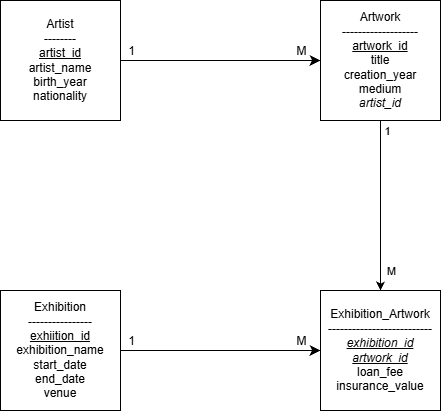
Before: 02_ERD/Art Exhibition.drawio.png, a diagram exported from draw.io (Edwinna919/cscu9b3-database-assignment). Source tidied: cells renumbered, new cells last; positions are measured from the earlier drawing's top-left corner, leaving out a move shared by most shapes.
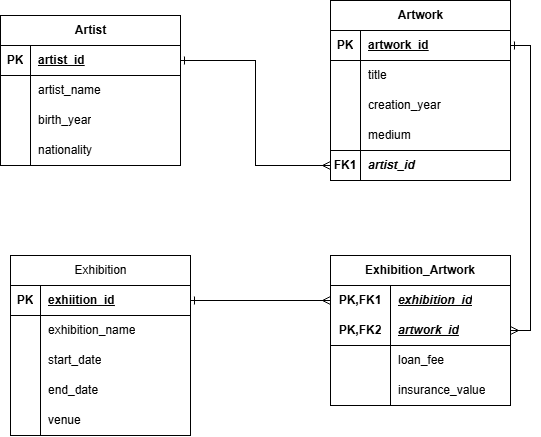
The same diagram one commit later.

The edit, as a diff of the source:
```diff
@@ -2,56 +2,194 @@
   <root>
     <mxCell id="0" />
     <mxCell id="1" parent="0" />
-    <mxCell id="2" style="edgeStyle=none;curved=1;rounded=0;curveGeometry=1;jettySize=auto;html=1;exitX=1;exitY=0.5;exitDx=0;exitDy=0;entryX=0;entryY=0.5;entryDx=0;entryDy=0;fontSize=12;defaultLabelBackgroundColor=gap;startSize=8;endSize=8;" parent="1" edge="1" source="5" target="9">
-      <mxGeometry relative="1" as="geometry" />
-    </mxCell>
-    <mxCell id="3" value="1" style="edgeLabel;html=1;align=center;verticalAlign=middle;fontSize=12;defaultLabelBackgroundColor=gap;" parent="2" vertex="1">
-      <mxGeometry x="0.09" relative="1" as="geometry">
-        <mxPoint x="-99" y="-10" as="offset" />
-      </mxGeometry>
-    </mxCell>
-    <mxCell id="4" value="M" style="edgeLabel;html=1;align=center;verticalAlign=middle;fontSize=12;defaultLabelBackgroundColor=gap;" parent="2" vertex="1">
-      <mxGeometry x="0.35" y="4" relative="1" as="geometry">
-        <mxPoint x="45" y="-6" as="offset" />
-      </mxGeometry>
-    </mxCell>
-    <mxCell id="5" value="Artist&lt;div&gt;--------&lt;/div&gt;&lt;div&gt;&lt;u&gt;artist_id&lt;/u&gt;&lt;/div&gt;&lt;div&gt;artist_name&lt;/div&gt;&lt;div&gt;birth_year&lt;/div&gt;&lt;div&gt;nationality&lt;/div&gt;" style="rounded=0;whiteSpace=wrap;html=1;" parent="1" vertex="1">
-      <mxGeometry width="120" height="120" as="geometry" />
-    </mxCell>
-    <mxCell id="6" style="edgeStyle=orthogonalEdgeStyle;rounded=0;jettySize=auto;html=1;exitX=0.5;exitY=1;exitDx=0;exitDy=0;defaultLabelBackgroundColor=gap;" parent="1" edge="1" source="9" target="14">
-      <mxGeometry relative="1" as="geometry" />
-    </mxCell>
-    <mxCell id="7" value="1" style="edgeLabel;html=1;align=center;verticalAlign=middle;defaultLabelBackgroundColor=gap;" parent="6" vertex="1">
-      <mxGeometry x="-0.53" y="-1" relative="1" as="geometry">
-        <mxPoint x="7" y="-30" as="offset" />
-      </mxGeometry>
-    </mxCell>
-    <mxCell id="8" value="M" style="edgeLabel;html=1;align=center;verticalAlign=middle;defaultLabelBackgroundColor=gap;" parent="6" vertex="1">
-      <mxGeometry x="0.53" y="-4" relative="1" as="geometry">
-        <mxPoint x="14" y="20" as="offset" />
-      </mxGeometry>
-    </mxCell>
-    <mxCell id="9" value="Artwork&lt;div&gt;-------------------&lt;/div&gt;&lt;div&gt;&lt;u&gt;artwork_id&lt;/u&gt;&lt;/div&gt;&lt;div&gt;title&lt;/div&gt;&lt;div&gt;creation_year&lt;/div&gt;&lt;div&gt;medium&lt;/div&gt;&lt;div&gt;&lt;i&gt;artist_id&lt;/i&gt;&lt;/div&gt;" style="rounded=0;whiteSpace=wrap;html=1;" parent="1" vertex="1">
-      <mxGeometry x="320" width="120" height="120" as="geometry" />
-    </mxCell>
-    <mxCell id="10" style="edgeStyle=none;curved=1;rounded=0;curveGeometry=1;jettySize=auto;html=1;exitX=1;exitY=0.5;exitDx=0;exitDy=0;entryX=0;entryY=0.5;entryDx=0;entryDy=0;fontSize=12;defaultLabelBackgroundColor=gap;startSize=8;endSize=8;" parent="1" edge="1" source="13" target="14">
-      <mxGeometry relative="1" as="geometry" />
-    </mxCell>
-    <mxCell id="11" value="1" style="edgeLabel;html=1;align=center;verticalAlign=middle;fontSize=12;defaultLabelBackgroundColor=gap;" parent="10" vertex="1">
-      <mxGeometry y="6" relative="1" as="geometry">
-        <mxPoint x="-90" y="-4" as="offset" />
-      </mxGeometry>
-    </mxCell>
-    <mxCell id="12" value="M" style="edgeLabel;html=1;align=center;verticalAlign=middle;fontSize=12;defaultLabelBackgroundColor=gap;" parent="10" vertex="1">
-      <mxGeometry x="0.3" y="3" relative="1" as="geometry">
-        <mxPoint x="50" y="-7" as="offset" />
-      </mxGeometry>
-    </mxCell>
-    <mxCell id="13" value="Exhibition&lt;div&gt;----------------&lt;/div&gt;&lt;div&gt;&lt;u&gt;exhiition_id&lt;/u&gt;&lt;/div&gt;&lt;div&gt;exhibition_name&lt;/div&gt;&lt;div&gt;start_date&lt;/div&gt;&lt;div&gt;end_date&lt;/div&gt;&lt;div&gt;venue&lt;/div&gt;" style="rounded=0;whiteSpace=wrap;html=1;" parent="1" vertex="1">
-      <mxGeometry y="290" width="120" height="120" as="geometry" />
-    </mxCell>
-    <mxCell id="14" value="Exhibition_Artwork&lt;div&gt;--------------------------&lt;/div&gt;&lt;div&gt;&lt;u&gt;&lt;i&gt;exhibition_id&lt;/i&gt;&lt;/u&gt;&lt;/div&gt;&lt;div&gt;&lt;u&gt;&lt;i&gt;artwork_id&lt;/i&gt;&lt;/u&gt;&lt;/div&gt;&lt;div&gt;loan_fee&lt;/div&gt;&lt;div&gt;insurance_value&lt;/div&gt;" style="rounded=0;whiteSpace=wrap;html=1;" parent="1" vertex="1">
-      <mxGeometry x="320" y="290" width="120" height="120" as="geometry" />
-    </mxCell>
+    <mxCell id="15" value="Artist" style="shape=table;startSize=30;rowLines=0;fontStyle=1;align=center;html=1;" parent="1" vertex="1">
+      <mxGeometry x="-60" y="130" width="180" height="150" as="geometry" />
+    </mxCell>
+    <mxCell id="16" style="shape=tableRow;horizontal=0;startSize=0;swimlaneHead=0;swimlaneBody=0;fillColor=none;points=[[0,0.5],[1,0.5]];portConstraint=eastwest;top=0;left=0;right=0;bottom=1;" parent="15" vertex="1">
+      <mxGeometry y="30" width="180" height="30" as="geometry" />
+    </mxCell>
+    <mxCell id="17" value="PK" style="shape=partialRectangle;fillColor=none;top=0;left=0;bottom=0;right=0;fontStyle=1;overflow=hidden;whiteSpace=wrap;html=1;" parent="16" vertex="1">
+      <mxGeometry width="30" height="30" as="geometry" />
+    </mxCell>
+    <mxCell id="18" value="artist_id" style="shape=partialRectangle;fillColor=none;top=0;left=0;bottom=0;right=0;align=left;spacingLeft=6;fontStyle=5;overflow=hidden;whiteSpace=wrap;html=1;" parent="16" vertex="1">
+      <mxGeometry x="30" width="150" height="30" as="geometry" />
+    </mxCell>
+    <mxCell id="19" style="shape=tableRow;horizontal=0;startSize=0;swimlaneHead=0;swimlaneBody=0;fillColor=none;top=0;left=0;right=0;bottom=0;" parent="15" vertex="1">
+      <mxGeometry y="60" width="180" height="30" as="geometry" />
+    </mxCell>
+    <mxCell id="20" style="shape=partialRectangle;fillColor=none;top=0;left=0;bottom=0;right=0;overflow=hidden;whiteSpace=wrap;html=1;" parent="19" vertex="1">
+      <mxGeometry width="30" height="30" as="geometry" />
+    </mxCell>
+    <mxCell id="21" value="artist_name" style="shape=partialRectangle;fillColor=none;top=0;left=0;bottom=0;right=0;align=left;spacingLeft=6;overflow=hidden;whiteSpace=wrap;html=1;" parent="19" vertex="1">
+      <mxGeometry x="30" width="150" height="30" as="geometry" />
+    </mxCell>
+    <mxCell id="22" style="shape=tableRow;horizontal=0;startSize=0;swimlaneHead=0;swimlaneBody=0;fillColor=none;top=0;left=0;right=0;bottom=0;" parent="15" vertex="1">
+      <mxGeometry y="90" width="180" height="30" as="geometry" />
+    </mxCell>
+    <mxCell id="23" style="shape=partialRectangle;fillColor=none;top=0;left=0;bottom=0;right=0;overflow=hidden;whiteSpace=wrap;html=1;" parent="22" vertex="1">
+      <mxGeometry width="30" height="30" as="geometry" />
+    </mxCell>
+    <mxCell id="24" value="birth_year" style="shape=partialRectangle;fillColor=none;top=0;left=0;bottom=0;right=0;align=left;spacingLeft=6;overflow=hidden;whiteSpace=wrap;html=1;" parent="22" vertex="1">
+      <mxGeometry x="30" width="150" height="30" as="geometry" />
+    </mxCell>
+    <mxCell id="25" style="shape=tableRow;horizontal=0;startSize=0;swimlaneHead=0;swimlaneBody=0;fillColor=none;top=0;left=0;right=0;bottom=0;" parent="15" vertex="1">
+      <mxGeometry y="120" width="180" height="30" as="geometry" />
+    </mxCell>
+    <mxCell id="26" style="shape=partialRectangle;fillColor=none;top=0;left=0;bottom=0;right=0;overflow=hidden;whiteSpace=wrap;html=1;" parent="25" vertex="1">
+      <mxGeometry width="30" height="30" as="geometry" />
+    </mxCell>
+    <mxCell id="27" value="nationality" style="shape=partialRectangle;fillColor=none;top=0;left=0;bottom=0;right=0;align=left;spacingLeft=6;overflow=hidden;whiteSpace=wrap;html=1;" parent="25" vertex="1">
+      <mxGeometry x="30" width="150" height="30" as="geometry" />
+    </mxCell>
+    <mxCell id="28" value="Artwork" style="shape=table;startSize=30;rowLines=0;fontStyle=1;align=center;html=1;" parent="1" vertex="1">
+      <mxGeometry x="270" y="115" width="180" height="180" as="geometry" />
+    </mxCell>
+    <mxCell id="29" style="shape=tableRow;horizontal=0;startSize=0;swimlaneHead=0;swimlaneBody=0;fillColor=none;points=[[0,0.5],[1,0.5]];portConstraint=eastwest;top=0;left=0;right=0;bottom=1;" parent="28" vertex="1">
+      <mxGeometry y="30" width="180" height="30" as="geometry" />
+    </mxCell>
+    <mxCell id="30" value="PK" style="shape=partialRectangle;fillColor=none;top=0;left=0;bottom=0;right=0;fontStyle=1;overflow=hidden;whiteSpace=wrap;html=1;" parent="29" vertex="1">
+      <mxGeometry width="30" height="30" as="geometry" />
+    </mxCell>
+    <mxCell id="31" value="artwork_id" style="shape=partialRectangle;fillColor=none;top=0;left=0;bottom=0;right=0;align=left;spacingLeft=6;fontStyle=5;overflow=hidden;whiteSpace=wrap;html=1;" parent="29" vertex="1">
+      <mxGeometry x="30" width="150" height="30" as="geometry" />
+    </mxCell>
+    <mxCell id="32" style="shape=tableRow;horizontal=0;startSize=0;swimlaneHead=0;swimlaneBody=0;fillColor=none;top=0;left=0;right=0;bottom=0;" parent="28" vertex="1">
+      <mxGeometry y="60" width="180" height="30" as="geometry" />
+    </mxCell>
+    <mxCell id="33" style="shape=partialRectangle;fillColor=none;top=0;left=0;bottom=0;right=0;overflow=hidden;whiteSpace=wrap;html=1;" parent="32" vertex="1">
+      <mxGeometry width="30" height="30" as="geometry" />
+    </mxCell>
+    <mxCell id="34" value="title" style="shape=partialRectangle;fillColor=none;top=0;left=0;bottom=0;right=0;align=left;spacingLeft=6;overflow=hidden;whiteSpace=wrap;html=1;" parent="32" vertex="1">
+      <mxGeometry x="30" width="150" height="30" as="geometry" />
+    </mxCell>
+    <mxCell id="35" style="shape=tableRow;horizontal=0;startSize=0;swimlaneHead=0;swimlaneBody=0;fillColor=none;top=0;left=0;right=0;bottom=0;" parent="28" vertex="1">
+      <mxGeometry y="90" width="180" height="30" as="geometry" />
+    </mxCell>
+    <mxCell id="36" style="shape=partialRectangle;fillColor=none;top=0;left=0;bottom=0;right=0;overflow=hidden;whiteSpace=wrap;html=1;" parent="35" vertex="1">
+      <mxGeometry width="30" height="30" as="geometry" />
+    </mxCell>
+    <mxCell id="37" value="creation_year" style="shape=partialRectangle;fillColor=none;top=0;left=0;bottom=0;right=0;align=left;spacingLeft=6;overflow=hidden;whiteSpace=wrap;html=1;" parent="35" vertex="1">
+      <mxGeometry x="30" width="150" height="30" as="geometry" />
+    </mxCell>
+    <mxCell id="38" style="shape=tableRow;horizontal=0;startSize=0;swimlaneHead=0;swimlaneBody=0;fillColor=none;top=0;left=0;right=0;bottom=0;" parent="28" vertex="1">
+      <mxGeometry y="120" width="180" height="30" as="geometry" />
+    </mxCell>
+    <mxCell id="39" style="shape=partialRectangle;fillColor=none;top=0;left=0;bottom=0;right=0;overflow=hidden;whiteSpace=wrap;html=1;" parent="38" vertex="1">
+      <mxGeometry width="30" height="30" as="geometry" />
+    </mxCell>
+    <mxCell id="40" value="medium" style="shape=partialRectangle;fillColor=none;top=0;left=0;bottom=0;right=0;align=left;spacingLeft=6;overflow=hidden;whiteSpace=wrap;html=1;" parent="38" vertex="1">
+      <mxGeometry x="30" width="150" height="30" as="geometry" />
+    </mxCell>
+    <mxCell id="41" style="shape=tableRow;horizontal=0;startSize=0;swimlaneHead=0;swimlaneBody=0;fillColor=none;points=[[0,0.5],[1,0.5]];portConstraint=eastwest;top=0;left=0;right=0;bottom=0;" parent="28" vertex="1">
+      <mxGeometry y="150" width="180" height="30" as="geometry" />
+    </mxCell>
+    <mxCell id="42" style="shape=partialRectangle;fillColor=none;top=0;left=0;bottom=0;right=0;overflow=hidden;whiteSpace=wrap;html=1;" parent="41" vertex="1">
+      <mxGeometry width="30" height="30" as="geometry" />
+    </mxCell>
+    <mxCell id="43" value="&lt;b&gt;&lt;i&gt;artist_id&amp;nbsp;&lt;/i&gt;&lt;/b&gt;" style="shape=partialRectangle;fillColor=none;top=0;left=0;bottom=0;right=0;align=left;spacingLeft=6;overflow=hidden;whiteSpace=wrap;html=1;labelBorderColor=none;" parent="41" vertex="1">
+      <mxGeometry x="30" width="150" height="30" as="geometry" />
+    </mxCell>
+    <mxCell id="44" value="&lt;span style=&quot;font-weight: 400; white-space: normal;&quot;&gt;Exhibition&lt;/span&gt;" style="shape=table;startSize=30;rowLines=0;fontStyle=1;align=center;html=1;" parent="1" vertex="1">
+      <mxGeometry x="-50" y="370" width="180" height="180" as="geometry" />
+    </mxCell>
+    <mxCell id="45" style="shape=tableRow;horizontal=0;startSize=0;swimlaneHead=0;swimlaneBody=0;fillColor=none;points=[[0,0.5],[1,0.5]];portConstraint=eastwest;top=0;left=0;right=0;bottom=1;" parent="44" vertex="1">
+      <mxGeometry y="30" width="180" height="30" as="geometry" />
+    </mxCell>
+    <mxCell id="46" value="PK" style="shape=partialRectangle;fillColor=none;top=0;left=0;bottom=0;right=0;fontStyle=1;overflow=hidden;whiteSpace=wrap;html=1;" parent="45" vertex="1">
+      <mxGeometry width="30" height="30" as="geometry" />
+    </mxCell>
+    <mxCell id="47" value="&lt;u style=&quot;text-align: center;&quot;&gt;exhiition_id&lt;/u&gt;" style="shape=partialRectangle;fillColor=none;top=0;left=0;bottom=0;right=0;align=left;spacingLeft=6;fontStyle=5;overflow=hidden;whiteSpace=wrap;html=1;" parent="45" vertex="1">
+      <mxGeometry x="30" width="150" height="30" as="geometry" />
+    </mxCell>
+    <mxCell id="48" style="shape=tableRow;horizontal=0;startSize=0;swimlaneHead=0;swimlaneBody=0;fillColor=none;top=0;left=0;right=0;bottom=0;" parent="44" vertex="1">
+      <mxGeometry y="60" width="180" height="30" as="geometry" />
+    </mxCell>
+    <mxCell id="49" style="shape=partialRectangle;fillColor=none;top=0;left=0;bottom=0;right=0;overflow=hidden;whiteSpace=wrap;html=1;" parent="48" vertex="1">
+      <mxGeometry width="30" height="30" as="geometry" />
+    </mxCell>
+    <mxCell id="50" value="&lt;span style=&quot;text-align: center;&quot;&gt;exhibition_name&lt;/span&gt;" style="shape=partialRectangle;fillColor=none;top=0;left=0;bottom=0;right=0;align=left;spacingLeft=6;overflow=hidden;whiteSpace=wrap;html=1;" parent="48" vertex="1">
+      <mxGeometry x="30" width="150" height="30" as="geometry" />
+    </mxCell>
+    <mxCell id="51" style="shape=tableRow;horizontal=0;startSize=0;swimlaneHead=0;swimlaneBody=0;fillColor=none;top=0;left=0;right=0;bottom=0;" parent="44" vertex="1">
+      <mxGeometry y="90" width="180" height="30" as="geometry" />
+    </mxCell>
+    <mxCell id="52" style="shape=partialRectangle;fillColor=none;top=0;left=0;bottom=0;right=0;overflow=hidden;whiteSpace=wrap;html=1;" parent="51" vertex="1">
+      <mxGeometry width="30" height="30" as="geometry" />
+    </mxCell>
+    <mxCell id="53" value="start_date" style="shape=partialRectangle;fillColor=none;top=0;left=0;bottom=0;right=0;align=left;spacingLeft=6;overflow=hidden;whiteSpace=wrap;html=1;" parent="51" vertex="1">
+      <mxGeometry x="30" width="150" height="30" as="geometry" />
+    </mxCell>
+    <mxCell id="54" style="shape=tableRow;horizontal=0;startSize=0;swimlaneHead=0;swimlaneBody=0;fillColor=none;top=0;left=0;right=0;bottom=0;" parent="44" vertex="1">
+      <mxGeometry y="120" width="180" height="30" as="geometry" />
+    </mxCell>
+    <mxCell id="55" style="shape=partialRectangle;fillColor=none;top=0;left=0;bottom=0;right=0;overflow=hidden;whiteSpace=wrap;html=1;" parent="54" vertex="1">
+      <mxGeometry width="30" height="30" as="geometry" />
+    </mxCell>
+    <mxCell id="56" value="end_date" style="shape=partialRectangle;fillColor=none;top=0;left=0;bottom=0;right=0;align=left;spacingLeft=6;overflow=hidden;whiteSpace=wrap;html=1;" parent="54" vertex="1">
+      <mxGeometry x="30" width="150" height="30" as="geometry" />
+    </mxCell>
+    <mxCell id="57" style="shape=tableRow;horizontal=0;startSize=0;swimlaneHead=0;swimlaneBody=0;fillColor=none;top=0;left=0;right=0;bottom=0;" parent="44" vertex="1">
+      <mxGeometry y="150" width="180" height="30" as="geometry" />
+    </mxCell>
+    <mxCell id="58" style="shape=partialRectangle;fillColor=none;top=0;left=0;bottom=0;right=0;overflow=hidden;whiteSpace=wrap;html=1;" parent="57" vertex="1">
+      <mxGeometry width="30" height="30" as="geometry" />
+    </mxCell>
+    <mxCell id="59" value="venue" style="shape=partialRectangle;fillColor=none;top=0;left=0;bottom=0;right=0;align=left;spacingLeft=6;overflow=hidden;whiteSpace=wrap;html=1;" parent="57" vertex="1">
+      <mxGeometry x="30" width="150" height="30" as="geometry" />
+    </mxCell>
+    <mxCell id="60" value="Exhibition_Artwork" style="shape=table;startSize=30;rowLines=0;fontStyle=1;align=center;html=1;whiteSpace=wrap;" parent="1" vertex="1">
+      <mxGeometry x="270" y="370" width="180" height="150" as="geometry" />
+    </mxCell>
+    <mxCell id="61" style="shape=tableRow;horizontal=0;startSize=0;swimlaneHead=0;swimlaneBody=0;fillColor=none;points=[[0,0.5],[1,0.5]];portConstraint=eastwest;top=0;left=0;right=0;bottom=0;html=1;" parent="60" vertex="1">
+      <mxGeometry y="30" width="180" height="30" as="geometry" />
+    </mxCell>
+    <mxCell id="62" value="PK,FK1" style="shape=partialRectangle;fillColor=none;top=0;left=0;bottom=0;right=0;fontStyle=1;overflow=hidden;html=1;whiteSpace=wrap;" parent="61" vertex="1">
+      <mxGeometry width="60" height="30" as="geometry" />
+    </mxCell>
+    <mxCell id="63" value="&lt;u style=&quot;text-align: center;&quot;&gt;&lt;i style=&quot;&quot;&gt;exhibition_id&lt;/i&gt;&lt;/u&gt;" style="shape=partialRectangle;fillColor=none;top=0;left=0;bottom=0;right=0;align=left;spacingLeft=6;fontStyle=5;overflow=hidden;html=1;whiteSpace=wrap;" parent="61" vertex="1">
+      <mxGeometry x="60" width="120" height="30" as="geometry" />
+    </mxCell>
+    <mxCell id="64" style="shape=tableRow;horizontal=0;startSize=0;swimlaneHead=0;swimlaneBody=0;fillColor=none;points=[[0,0.5],[1,0.5]];portConstraint=eastwest;top=0;left=0;right=0;bottom=1;html=1;" parent="60" vertex="1">
+      <mxGeometry y="60" width="180" height="30" as="geometry" />
+    </mxCell>
+    <mxCell id="65" value="PK,FK2" style="shape=partialRectangle;fillColor=none;top=0;left=0;bottom=0;right=0;fontStyle=1;overflow=hidden;html=1;whiteSpace=wrap;" parent="64" vertex="1">
+      <mxGeometry width="60" height="30" as="geometry" />
+    </mxCell>
+    <mxCell id="66" value="&lt;u style=&quot;text-align: center;&quot;&gt;&lt;i style=&quot;&quot;&gt;artwork_id&lt;/i&gt;&lt;/u&gt;" style="shape=partialRectangle;fillColor=none;top=0;left=0;bottom=0;right=0;align=left;spacingLeft=6;fontStyle=5;overflow=hidden;html=1;whiteSpace=wrap;" parent="64" vertex="1">
+      <mxGeometry x="60" width="120" height="30" as="geometry" />
+    </mxCell>
+    <mxCell id="67" style="shape=tableRow;horizontal=0;startSize=0;swimlaneHead=0;swimlaneBody=0;fillColor=none;top=0;left=0;right=0;bottom=0;html=1;" parent="60" vertex="1">
+      <mxGeometry y="90" width="180" height="30" as="geometry" />
+    </mxCell>
+    <mxCell id="68" style="shape=partialRectangle;fillColor=none;top=0;left=0;bottom=0;right=0;overflow=hidden;html=1;whiteSpace=wrap;" parent="67" vertex="1">
+      <mxGeometry width="60" height="30" as="geometry" />
+    </mxCell>
+    <mxCell id="69" value="&lt;span style=&quot;text-align: center;&quot;&gt;loan_fee&lt;/span&gt;" style="shape=partialRectangle;fillColor=none;top=0;left=0;bottom=0;right=0;align=left;spacingLeft=6;overflow=hidden;html=1;whiteSpace=wrap;" parent="67" vertex="1">
+      <mxGeometry x="60" width="120" height="30" as="geometry" />
+    </mxCell>
+    <mxCell id="70" style="shape=tableRow;horizontal=0;startSize=0;swimlaneHead=0;swimlaneBody=0;fillColor=none;top=0;left=0;right=0;bottom=0;html=1;" parent="60" vertex="1">
+      <mxGeometry y="120" width="180" height="30" as="geometry" />
+    </mxCell>
+    <mxCell id="71" style="shape=partialRectangle;fillColor=none;top=0;left=0;bottom=0;right=0;overflow=hidden;html=1;whiteSpace=wrap;" parent="70" vertex="1">
+      <mxGeometry width="60" height="30" as="geometry" />
+    </mxCell>
+    <mxCell id="72" value="&lt;span style=&quot;text-align: center;&quot;&gt;insurance_value&lt;/span&gt;" style="shape=partialRectangle;fillColor=none;top=0;left=0;bottom=0;right=0;align=left;spacingLeft=6;overflow=hidden;html=1;whiteSpace=wrap;" parent="70" vertex="1">
+      <mxGeometry x="60" width="120" height="30" as="geometry" />
+    </mxCell>
+    <mxCell id="73" value="&lt;b&gt;FK1&lt;/b&gt;" style="shape=partialRectangle;fillColor=none;top=0;left=0;bottom=0;right=0;overflow=hidden;whiteSpace=wrap;html=1;" parent="1" vertex="1">
+      <mxGeometry x="270" y="265" width="30" height="30" as="geometry" />
+    </mxCell>
+    <mxCell id="74" style="line;strokeWidth=1;dashed=0;labelPosition=right;align=left;verticalAlign=middle;spacingTop=0;spacingLeft=6;labelPerimeter=1;" parent="1" vertex="1">
+      <mxGeometry x="270" y="260" width="180" height="10" as="geometry" />
+    </mxCell>
+    <mxCell id="75" style="edgeStyle=orthogonalEdgeStyle;rounded=0;jettySize=auto;html=1;entryX=1;entryY=0.5;entryDx=0;entryDy=0;defaultLabelBackgroundColor=gap;startArrow=ERmany;startFill=0;endArrow=ERone;endFill=0;" parent="1" edge="1" source="41" target="16">
+      <mxGeometry relative="1" as="geometry" />
+    </mxCell>
+    <mxCell id="76" style="edgeStyle=orthogonalEdgeStyle;rounded=0;jettySize=auto;html=1;exitX=1;exitY=0.5;exitDx=0;exitDy=0;entryX=0;entryY=0.5;entryDx=0;entryDy=0;defaultLabelBackgroundColor=gap;startArrow=ERone;startFill=0;endArrow=ERmany;endFill=0;" parent="1" edge="1" source="45" target="61">
+      <mxGeometry relative="1" as="geometry" />
+    </mxCell>
+    <mxCell id="77" style="edgeStyle=orthogonalEdgeStyle;rounded=0;jettySize=auto;html=1;exitX=1;exitY=0.5;exitDx=0;exitDy=0;entryX=1;entryY=0.5;entryDx=0;entryDy=0;defaultLabelBackgroundColor=gap;startArrow=ERone;startFill=0;endArrow=ERmany;endFill=0;" parent="1" edge="1" source="29" target="64">
+      <mxGeometry relative="1" as="geometry" />
+    </mxCell>
   </root>
 </mxGraphModel>
```
